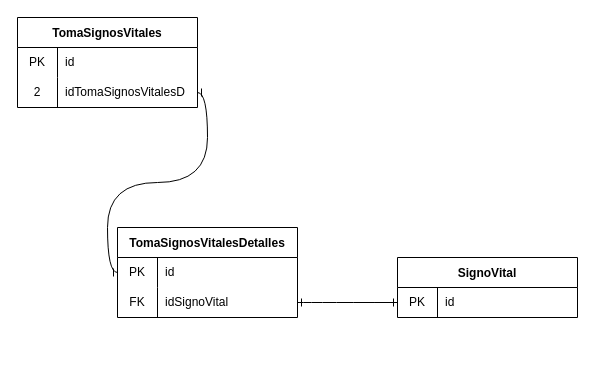
This is page "SignosVitales" (4 of 4) of src/main/resources/com/project/UI/views/protitypes/relationTables.drawio from kevinStevenLC/consulmed_system, a draw.io file, before an edit. Source tidied: cells renumbered, new cells numbered last; positions are measured from the earlier drawing's top-left corner, leaving out a move shared by most shapes. Both pictures are drawn from the tidied source at 100%, with x=0, y=0 at pixel (17, 17).
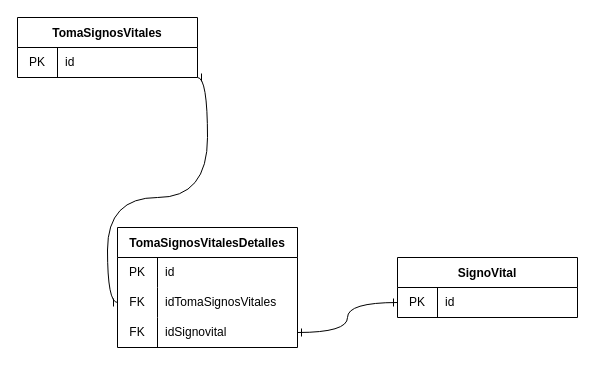
The same page after the edit.

Unchanged cells that the change refers to:
```xml
<mxCell id="10" style="shape=tableRow;horizontal=0;startSize=0;swimlaneHead=0;swimlaneBody=0;top=0;left=0;bottom=0;right=0;fillColor=none;points=[[0,0.5],[1,0.5]];portConstraint=eastwest;" parent="9" vertex="1">
  <mxGeometry y="30" width="180" height="30" as="geometry" />
</mxCell>
<mxCell id="13" style="shape=tableRow;horizontal=0;startSize=0;swimlaneHead=0;swimlaneBody=0;top=0;left=0;bottom=0;right=0;fillColor=none;points=[[0,0.5],[1,0.5]];portConstraint=eastwest;" parent="9" vertex="1">
  <mxGeometry y="60" width="180" height="30" as="geometry" />
</mxCell>
<mxCell id="17" style="shape=tableRow;horizontal=0;startSize=0;swimlaneHead=0;swimlaneBody=0;top=0;left=0;bottom=0;right=0;fillColor=none;points=[[0,0.5],[1,0.5]];portConstraint=eastwest;" parent="16" vertex="1">
  <mxGeometry y="30" width="180" height="30" as="geometry" />
</mxCell>
```

Diff of the diagram source:
```diff
@@
     <mxCell id="2" value="TomaSignosVitales" style="shape=table;startSize=30;childLayout=tableLayout;rowLines=0;fontStyle=1;" parent="1" vertex="1">
-      <mxGeometry width="180" height="90" as="geometry" />
+      <mxGeometry width="180" height="60" as="geometry" />
     </mxCell>
@@
-    <mxCell id="6" style="shape=tableRow;horizontal=0;startSize=0;swimlaneHead=0;swimlaneBody=0;top=0;left=0;bottom=0;right=0;fillColor=none;points=[[0,0.5],[1,0.5]];portConstraint=eastwest;" parent="2" vertex="1">
-      <mxGeometry y="60" width="180" height="30" as="geometry" />
-    </mxCell>
-    <mxCell id="7" value="2" style="shape=partialRectangle;html=1;whiteSpace=wrap;fillColor=none;top=0;left=0;bottom=0;right=0;overflow=hidden;" parent="6" vertex="1">
-      <mxGeometry width="40" height="30" as="geometry" />
-    </mxCell>
-    <mxCell id="8" value="idTomaSignosVitalesD" style="shape=partialRectangle;html=1;whiteSpace=wrap;fillColor=none;top=0;left=0;bottom=0;right=0;align=left;spacingLeft=6;overflow=hidden;" parent="6" vertex="1">
-      <mxGeometry x="40" width="140" height="30" as="geometry" />
-    </mxCell>
     <mxCell id="9" value="TomaSignosVitalesDetalles" style="shape=table;startSize=30;childLayout=tableLayout;rowLines=0;fontStyle=1;" parent="1" vertex="1">
-      <mxGeometry x="100" y="210" width="180" height="90" as="geometry" />
+      <mxGeometry x="100" y="210" width="180" height="120" as="geometry" />
     </mxCell>
@@
-    <mxCell id="15" value="idSignoVital" style="shape=partialRectangle;html=1;whiteSpace=wrap;fillColor=none;top=0;left=0;bottom=0;right=0;align=left;spacingLeft=6;overflow=hidden;" parent="13" vertex="1">
+    <mxCell id="15" value="idTomaSignosVitales" style="shape=partialRectangle;html=1;whiteSpace=wrap;fillColor=none;top=0;left=0;bottom=0;right=0;align=left;spacingLeft=6;overflow=hidden;" parent="13" vertex="1">
       <mxGeometry x="40" width="140" height="30" as="geometry" />
     </mxCell>
+    <mxCell id="22" style="shape=tableRow;horizontal=0;startSize=0;swimlaneHead=0;swimlaneBody=0;top=0;left=0;bottom=0;right=0;fillColor=none;points=[[0,0.5],[1,0.5]];portConstraint=eastwest;" parent="9" vertex="1">
+      <mxGeometry y="90" width="180" height="30" as="geometry" />
+    </mxCell>
+    <mxCell id="23" value="FK" style="shape=partialRectangle;html=1;whiteSpace=wrap;fillColor=none;top=0;left=0;bottom=0;right=0;overflow=hidden;" parent="22" vertex="1">
+      <mxGeometry width="40" height="30" as="geometry" />
+    </mxCell>
+    <mxCell id="24" value="idSignovital" style="shape=partialRectangle;html=1;whiteSpace=wrap;fillColor=none;top=0;left=0;bottom=0;right=0;align=left;spacingLeft=6;overflow=hidden;" parent="22" vertex="1">
+      <mxGeometry x="40" width="140" height="30" as="geometry" />
+    </mxCell>
@@
-    <mxCell id="20" style="edgeStyle=orthogonalEdgeStyle;curved=1;html=1;entryX=0;entryY=0.5;entryDx=0;entryDy=0;startArrow=ERone;startFill=0;endArrow=ERone;endFill=0;" parent="1" edge="1" source="13" target="17">
+    <mxCell id="20" style="edgeStyle=orthogonalEdgeStyle;curved=1;html=1;entryX=0;entryY=0.5;entryDx=0;entryDy=0;startArrow=ERone;startFill=0;endArrow=ERone;endFill=0;exitX=1;exitY=0.5;exitDx=0;exitDy=0;" parent="1" edge="1" source="22" target="17">
       <mxGeometry relative="1" as="geometry" />
     </mxCell>
-    <mxCell id="21" style="edgeStyle=orthogonalEdgeStyle;curved=1;html=1;entryX=0;entryY=0.5;entryDx=0;entryDy=0;startArrow=ERone;startFill=0;endArrow=ERone;endFill=0;" parent="1" edge="1" source="6" target="10">
-      <mxGeometry relative="1" as="geometry" />
+    <mxCell id="21" style="edgeStyle=orthogonalEdgeStyle;curved=1;html=1;entryX=0;entryY=0.5;entryDx=0;entryDy=0;startArrow=ERone;startFill=0;endArrow=ERone;endFill=0;" parent="1" edge="1" target="13">
+      <mxGeometry relative="1" as="geometry">
+        <mxPoint x="180" y="60" as="sourcePoint" />
+        <Array as="points">
+          <mxPoint x="190" y="60" />
+          <mxPoint x="190" y="180" />
+          <mxPoint x="90" y="180" />
+          <mxPoint x="90" y="285" />
+        </Array>
+      </mxGeometry>
     </mxCell>
```
